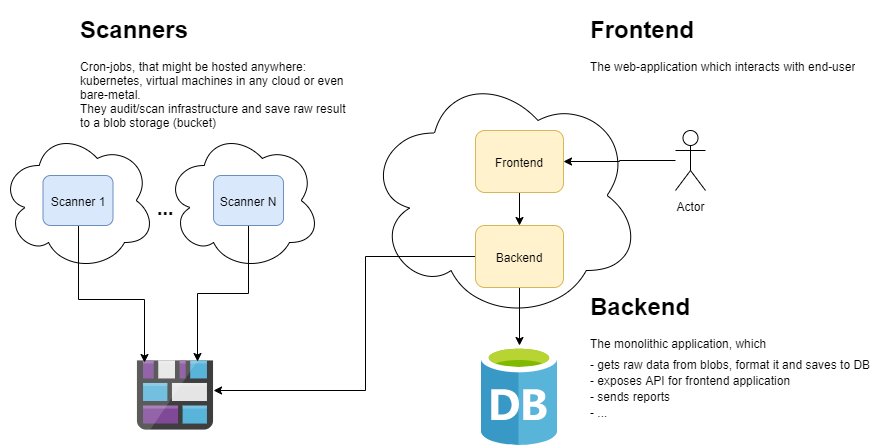
Above: docs/diagrams/kubegaard-white.png in deepnetworkgmbh/joseki (draw.io), before the change. Source tidied: cells renumbered, new cells last; positions are measured from the earlier drawing's top-left corner, leaving out a move shared by most shapes. Source of this version:
```xml
<mxGraphModel>
  <root>
    <mxCell id="0" />
    <mxCell id="1" parent="0" />
    <mxCell id="2" style="ellipse;shape=cloud;whiteSpace=wrap;html=1;" parent="1" vertex="1">
      <mxGeometry x="165" y="120" width="155" height="140" as="geometry" />
    </mxCell>
    <mxCell id="3" style="ellipse;shape=cloud;whiteSpace=wrap;html=1;" parent="1" vertex="1">
      <mxGeometry y="120" width="155" height="140" as="geometry" />
    </mxCell>
    <mxCell id="4" style="ellipse;shape=cloud;whiteSpace=wrap;html=1;" parent="1" vertex="1">
      <mxGeometry x="365" y="60" width="276" height="250" as="geometry" />
    </mxCell>
    <mxCell id="5" style="html=1;points=[];align=center;image;fontSize=12;image=img/lib/mscae/Database_General.svg;" parent="1" vertex="1">
      <mxGeometry x="481" y="335" width="76" height="100" as="geometry" />
    </mxCell>
    <mxCell id="6" style="html=1;points=[];align=center;image;fontSize=12;image=img/lib/mscae/Blog_Storage.svg;" parent="1" vertex="1">
      <mxGeometry x="136.9" y="350" width="76.1" height="70" as="geometry" />
    </mxCell>
    <mxCell id="7" style="edgeStyle=orthogonalEdgeStyle;rounded=0;jettySize=auto;html=1;exitX=0;exitY=0.5;exitDx=0;exitDy=0;" parent="1" edge="1" source="13" target="6">
      <mxGeometry relative="1" as="geometry">
        <Array as="points">
          <mxPoint x="365" y="246" />
          <mxPoint x="365" y="380" />
        </Array>
      </mxGeometry>
    </mxCell>
    <mxCell id="8" style="edgeStyle=orthogonalEdgeStyle;rounded=0;jettySize=auto;html=1;entryX=0.789;entryY=0.014;entryDx=0;entryDy=0;entryPerimeter=0;" parent="1" edge="1" source="9" target="6">
      <mxGeometry relative="1" as="geometry" />
    </mxCell>
    <mxCell id="9" value="Scanner N" style="rounded=1;whiteSpace=wrap;html=1;fillColor=#dae8fc;strokeColor=#6c8ebf;" parent="1" vertex="1">
      <mxGeometry x="213" y="165" width="70" height="50" as="geometry" />
    </mxCell>
    <mxCell id="10" style="edgeStyle=orthogonalEdgeStyle;rounded=0;jettySize=auto;html=1;entryX=0.093;entryY=0.029;entryDx=0;entryDy=0;entryPerimeter=0;" parent="1" edge="1" source="11" target="6">
      <mxGeometry relative="1" as="geometry">
        <Array as="points">
          <mxPoint x="78" y="289" />
          <mxPoint x="144" y="289" />
        </Array>
      </mxGeometry>
    </mxCell>
    <mxCell id="11" value="Scanner 1" style="rounded=1;whiteSpace=wrap;html=1;fillColor=#dae8fc;strokeColor=#6c8ebf;" parent="1" vertex="1">
      <mxGeometry x="42.5" y="165" width="70" height="50" as="geometry" />
    </mxCell>
    <mxCell id="12" style="edgeStyle=orthogonalEdgeStyle;rounded=0;jettySize=auto;html=1;" parent="1" edge="1" source="13" target="5">
      <mxGeometry relative="1" as="geometry" />
    </mxCell>
    <mxCell id="13" value="Backend" style="rounded=1;whiteSpace=wrap;html=1;fillColor=#fff2cc;strokeColor=#d6b656;" parent="1" vertex="1">
      <mxGeometry x="475" y="215" width="88" height="62" as="geometry" />
    </mxCell>
    <mxCell id="14" style="edgeStyle=orthogonalEdgeStyle;rounded=0;jettySize=auto;html=1;" parent="1" edge="1" source="15" target="13">
      <mxGeometry relative="1" as="geometry" />
    </mxCell>
    <mxCell id="15" value="Frontend" style="rounded=1;whiteSpace=wrap;html=1;fillColor=#fff2cc;strokeColor=#d6b656;" parent="1" vertex="1">
      <mxGeometry x="475" y="120" width="88" height="62" as="geometry" />
    </mxCell>
    <mxCell id="16" value="&lt;font style=&quot;font-size: 20px&quot;&gt;&lt;b&gt;...&lt;/b&gt;&lt;/font&gt;" style="text;html=1;strokeColor=none;fillColor=none;align=center;verticalAlign=middle;whiteSpace=wrap;rounded=0;" parent="1" vertex="1">
      <mxGeometry x="145" y="187" width="40" height="20" as="geometry" />
    </mxCell>
    <mxCell id="17" style="edgeStyle=orthogonalEdgeStyle;rounded=0;jettySize=auto;html=1;" parent="1" edge="1" source="18" target="15">
      <mxGeometry relative="1" as="geometry" />
    </mxCell>
    <mxCell id="18" value="Actor" style="shape=umlActor;verticalLabelPosition=bottom;labelBackgroundColor=#ffffff;verticalAlign=top;html=1;outlineConnect=0;" parent="1" vertex="1">
      <mxGeometry x="675" y="120" width="30" height="60" as="geometry" />
    </mxCell>
    <mxCell id="19" value="&lt;h1&gt;Scanners&lt;/h1&gt;&lt;div&gt;Cron-jobs, that might be hosted anywhere: kubernetes, virtual machines in any cloud or even bare-metal.&lt;/div&gt;&lt;div&gt;They audit/scan infrastructure and save raw result to a blob storage (bucket)&lt;/div&gt;" style="text;html=1;strokeColor=none;fillColor=none;spacing=5;spacingTop=-20;whiteSpace=wrap;overflow=hidden;rounded=0;" parent="1" vertex="1">
      <mxGeometry x="75" width="280" height="120" as="geometry" />
    </mxCell>
    <mxCell id="20" value="&lt;p style=&quot;line-height: 100%&quot;&gt;&lt;/p&gt;&lt;h1&gt;Backend&lt;/h1&gt;&lt;p&gt;The monolithic application, which&lt;/p&gt;&lt;p style=&quot;line-height: 40%&quot;&gt;- gets raw data from blobs, format it and saves to DB&lt;/p&gt;&lt;p style=&quot;line-height: 40%&quot;&gt;- exposes API for frontend application&lt;/p&gt;&lt;p style=&quot;line-height: 40%&quot;&gt;- sends reports&lt;/p&gt;&lt;p style=&quot;line-height: 40%&quot;&gt;- ...&lt;/p&gt;&lt;p&gt;&lt;/p&gt;" style="text;html=1;strokeColor=none;fillColor=none;spacing=5;spacingTop=-20;whiteSpace=wrap;overflow=hidden;rounded=0;" parent="1" vertex="1">
      <mxGeometry x="585" y="277" width="300" height="143" as="geometry" />
    </mxCell>
    <mxCell id="21" value="&lt;p style=&quot;line-height: 40%&quot;&gt;&lt;/p&gt;&lt;h1&gt;Frontend&lt;/h1&gt;&lt;p&gt;The web-application which interacts with end-user&lt;/p&gt;&lt;p&gt;&lt;/p&gt;" style="text;html=1;strokeColor=none;fillColor=none;spacing=5;spacingTop=-20;whiteSpace=wrap;overflow=hidden;rounded=0;" parent="1" vertex="1">
      <mxGeometry x="585" width="300" height="83" as="geometry" />
    </mxCell>
  </root>
</mxGraphModel>
```
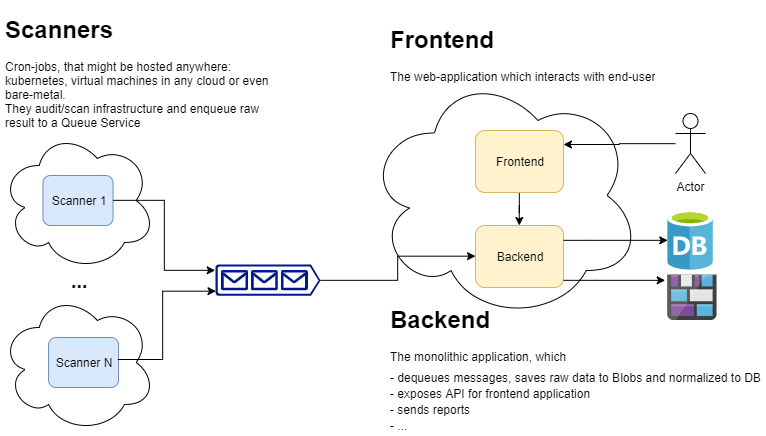
The same diagram one commit later.

The edit, as a diff of the source:
```diff
@@ -2,75 +2,106 @@
   <root>
     <mxCell id="0" />
     <mxCell id="1" parent="0" />
-    <mxCell id="2" style="ellipse;shape=cloud;whiteSpace=wrap;html=1;" parent="1" vertex="1">
-      <mxGeometry x="165" y="120" width="155" height="140" as="geometry" />
-    </mxCell>
-    <mxCell id="3" style="ellipse;shape=cloud;whiteSpace=wrap;html=1;" parent="1" vertex="1">
-      <mxGeometry y="120" width="155" height="140" as="geometry" />
-    </mxCell>
-    <mxCell id="4" style="ellipse;shape=cloud;whiteSpace=wrap;html=1;" parent="1" vertex="1">
-      <mxGeometry x="365" y="60" width="276" height="250" as="geometry" />
-    </mxCell>
-    <mxCell id="5" style="html=1;points=[];align=center;image;fontSize=12;image=img/lib/mscae/Database_General.svg;" parent="1" vertex="1">
-      <mxGeometry x="481" y="335" width="76" height="100" as="geometry" />
-    </mxCell>
-    <mxCell id="6" style="html=1;points=[];align=center;image;fontSize=12;image=img/lib/mscae/Blog_Storage.svg;" parent="1" vertex="1">
-      <mxGeometry x="136.9" y="350" width="76.1" height="70" as="geometry" />
-    </mxCell>
-    <mxCell id="7" style="edgeStyle=orthogonalEdgeStyle;rounded=0;jettySize=auto;html=1;exitX=0;exitY=0.5;exitDx=0;exitDy=0;" parent="1" edge="1" source="13" target="6">
-      <mxGeometry relative="1" as="geometry">
-        <Array as="points">
-          <mxPoint x="365" y="246" />
-          <mxPoint x="365" y="380" />
-        </Array>
-      </mxGeometry>
-    </mxCell>
-    <mxCell id="8" style="edgeStyle=orthogonalEdgeStyle;rounded=0;jettySize=auto;html=1;entryX=0.789;entryY=0.014;entryDx=0;entryDy=0;entryPerimeter=0;" parent="1" edge="1" source="9" target="6">
-      <mxGeometry relative="1" as="geometry" />
-    </mxCell>
+    <mxCell id="22" style="html=1;points=[];align=center;image;fontSize=12;image=img/lib/mscae/Database_General.svg;" parent="1" vertex="1">
+      <mxGeometry x="667.2" y="200" width="45.6" height="60" as="geometry" />
+    </mxCell>
+    <mxCell id="23" style="html=1;align=center;image;fontSize=12;image=img/lib/mscae/Blog_Storage.svg;" parent="1" vertex="1">
+      <mxGeometry x="667.2" y="264.6" width="49.4" height="45.4" as="geometry" />
+    </mxCell>
+    <mxCell id="16" value="&lt;font style=&quot;font-size: 20px&quot;&gt;&lt;b&gt;...&lt;/b&gt;&lt;/font&gt;" style="text;html=1;strokeColor=none;fillColor=none;align=center;verticalAlign=middle;whiteSpace=wrap;rounded=0;" parent="1" vertex="1">
+      <mxGeometry x="57.5" y="259.6" width="40" height="20" as="geometry" />
+    </mxCell>
+    <mxCell id="18" value="Actor" style="shape=umlActor;verticalLabelPosition=bottom;labelBackgroundColor=#ffffff;verticalAlign=top;html=1;outlineConnect=0;" parent="1" vertex="1">
+      <mxGeometry x="675" y="103" width="30" height="60" as="geometry" />
+    </mxCell>
+    <mxCell id="24" value="&lt;h1&gt;Scanners&lt;/h1&gt;&lt;div&gt;Cron-jobs, that might be hosted anywhere: kubernetes, virtual machines in any cloud or even bare-metal.&lt;/div&gt;&lt;div&gt;They audit/scan infrastructure and enqueue raw result to a Queue Service&lt;/div&gt;" style="text;html=1;strokeColor=none;fillColor=none;spacing=5;spacingTop=-20;whiteSpace=wrap;overflow=hidden;rounded=0;" parent="1" vertex="1">
+      <mxGeometry width="280" height="120" as="geometry" />
+    </mxCell>
+    <mxCell id="25" value="&lt;p style=&quot;line-height: 100%&quot;&gt;&lt;/p&gt;&lt;h1&gt;Backend&lt;/h1&gt;&lt;p&gt;The monolithic application, which&lt;/p&gt;&lt;p style=&quot;line-height: 40%&quot;&gt;- dequeues messages, saves raw data to Blobs and normalized to DB&lt;/p&gt;&lt;p style=&quot;line-height: 40%&quot;&gt;- exposes API for frontend application&lt;/p&gt;&lt;p style=&quot;line-height: 40%&quot;&gt;- sends reports&lt;/p&gt;&lt;p style=&quot;line-height: 40%&quot;&gt;- ...&lt;/p&gt;&lt;p&gt;&lt;/p&gt;" style="text;html=1;strokeColor=none;fillColor=none;spacing=5;spacingTop=-20;whiteSpace=wrap;overflow=hidden;rounded=0;" parent="1" vertex="1">
+      <mxGeometry x="385" y="290" width="380" height="135.4" as="geometry" />
+    </mxCell>
+    <mxCell id="21" value="&lt;p style=&quot;line-height: 40%&quot;&gt;&lt;/p&gt;&lt;h1&gt;Frontend&lt;/h1&gt;&lt;p&gt;The web-application which interacts with end-user&lt;/p&gt;&lt;p&gt;&lt;/p&gt;" style="text;html=1;strokeColor=none;fillColor=none;spacing=5;spacingTop=-20;whiteSpace=wrap;overflow=hidden;rounded=0;" parent="1" vertex="1">
+      <mxGeometry x="385" y="10" width="300" height="83" as="geometry" />
+    </mxCell>
+    <mxCell id="26" style="group;" parent="1" vertex="1">
+      <mxGeometry y="282" width="155" height="140" as="geometry" />
+    </mxCell>
+    <mxCell id="27" style="ellipse;shape=cloud;whiteSpace=wrap;html=1;" parent="26" vertex="1">
+      <mxGeometry width="155" height="140" as="geometry" />
+    </mxCell>
-    <mxCell id="9" value="Scanner N" style="rounded=1;whiteSpace=wrap;html=1;fillColor=#dae8fc;strokeColor=#6c8ebf;" parent="1" vertex="1">
-      <mxGeometry x="213" y="165" width="70" height="50" as="geometry" />
+    <mxCell id="9" value="Scanner N" style="rounded=1;whiteSpace=wrap;html=1;fillColor=#dae8fc;strokeColor=#6c8ebf;" parent="26" vertex="1">
+      <mxGeometry x="48" y="45" width="70" height="50" as="geometry" />
     </mxCell>
-    <mxCell id="10" style="edgeStyle=orthogonalEdgeStyle;rounded=0;jettySize=auto;html=1;entryX=0.093;entryY=0.029;entryDx=0;entryDy=0;entryPerimeter=0;" parent="1" edge="1" source="11" target="6">
-      <mxGeometry relative="1" as="geometry">
-        <Array as="points">
-          <mxPoint x="78" y="289" />
-          <mxPoint x="144" y="289" />
-        </Array>
-      </mxGeometry>
-    </mxCell>
+    <mxCell id="28" style="group;" parent="1" vertex="1">
+      <mxGeometry y="120" width="155" height="140" as="geometry" />
+    </mxCell>
+    <mxCell id="29" style="ellipse;shape=cloud;whiteSpace=wrap;html=1;" parent="28" vertex="1">
+      <mxGeometry width="155" height="140" as="geometry" />
+    </mxCell>
-    <mxCell id="11" value="Scanner 1" style="rounded=1;whiteSpace=wrap;html=1;fillColor=#dae8fc;strokeColor=#6c8ebf;" parent="1" vertex="1">
-      <mxGeometry x="42.5" y="165" width="70" height="50" as="geometry" />
+    <mxCell id="11" value="Scanner 1" style="rounded=1;whiteSpace=wrap;html=1;fillColor=#dae8fc;strokeColor=#6c8ebf;" parent="28" vertex="1">
+      <mxGeometry x="42.5" y="45" width="70" height="50" as="geometry" />
     </mxCell>
-    <mxCell id="12" style="edgeStyle=orthogonalEdgeStyle;rounded=0;jettySize=auto;html=1;" parent="1" edge="1" source="13" target="5">
-      <mxGeometry relative="1" as="geometry" />
-    </mxCell>
+    <mxCell id="30" style="group;" parent="1" vertex="1">
+      <mxGeometry x="365" y="60" width="276" height="250" as="geometry" />
+    </mxCell>
+    <mxCell id="31" style="ellipse;shape=cloud;whiteSpace=wrap;html=1;" parent="30" vertex="1">
+      <mxGeometry width="276" height="250" as="geometry" />
+    </mxCell>
-    <mxCell id="13" value="Backend" style="rounded=1;whiteSpace=wrap;html=1;fillColor=#fff2cc;strokeColor=#d6b656;" parent="1" vertex="1">
-      <mxGeometry x="475" y="215" width="88" height="62" as="geometry" />
+    <mxCell id="13" value="Backend" style="rounded=1;whiteSpace=wrap;html=1;fillColor=#fff2cc;strokeColor=#d6b656;" parent="30" vertex="1">
+      <mxGeometry x="110" y="155" width="88" height="62" as="geometry" />
     </mxCell>
-    <mxCell id="14" style="edgeStyle=orthogonalEdgeStyle;rounded=0;jettySize=auto;html=1;" parent="1" edge="1" source="15" target="13">
+    <mxCell id="14" style="edgeStyle=orthogonalEdgeStyle;rounded=0;jettySize=auto;html=1;" parent="30" edge="1" source="15" target="13">
       <mxGeometry relative="1" as="geometry" />
     </mxCell>
-    <mxCell id="15" value="Frontend" style="rounded=1;whiteSpace=wrap;html=1;fillColor=#fff2cc;strokeColor=#d6b656;" parent="1" vertex="1">
-      <mxGeometry x="475" y="120" width="88" height="62" as="geometry" />
+    <mxCell id="15" value="Frontend" style="rounded=1;whiteSpace=wrap;html=1;fillColor=#fff2cc;strokeColor=#d6b656;" parent="30" vertex="1">
+      <mxGeometry x="110" y="60" width="88" height="62" as="geometry" />
     </mxCell>
-    <mxCell id="16" value="&lt;font style=&quot;font-size: 20px&quot;&gt;&lt;b&gt;...&lt;/b&gt;&lt;/font&gt;" style="text;html=1;strokeColor=none;fillColor=none;align=center;verticalAlign=middle;whiteSpace=wrap;rounded=0;" parent="1" vertex="1">
-      <mxGeometry x="145" y="187" width="40" height="20" as="geometry" />
-    </mxCell>
-    <mxCell id="17" style="edgeStyle=orthogonalEdgeStyle;rounded=0;jettySize=auto;html=1;" parent="1" edge="1" source="18" target="15">
-      <mxGeometry relative="1" as="geometry" />
-    </mxCell>
-    <mxCell id="18" value="Actor" style="shape=umlActor;verticalLabelPosition=bottom;labelBackgroundColor=#ffffff;verticalAlign=top;html=1;outlineConnect=0;" parent="1" vertex="1">
-      <mxGeometry x="675" y="120" width="30" height="60" as="geometry" />
-    </mxCell>
-    <mxCell id="19" value="&lt;h1&gt;Scanners&lt;/h1&gt;&lt;div&gt;Cron-jobs, that might be hosted anywhere: kubernetes, virtual machines in any cloud or even bare-metal.&lt;/div&gt;&lt;div&gt;They audit/scan infrastructure and save raw result to a blob storage (bucket)&lt;/div&gt;" style="text;html=1;strokeColor=none;fillColor=none;spacing=5;spacingTop=-20;whiteSpace=wrap;overflow=hidden;rounded=0;" parent="1" vertex="1">
-      <mxGeometry x="75" width="280" height="120" as="geometry" />
-    </mxCell>
-    <mxCell id="20" value="&lt;p style=&quot;line-height: 100%&quot;&gt;&lt;/p&gt;&lt;h1&gt;Backend&lt;/h1&gt;&lt;p&gt;The monolithic application, which&lt;/p&gt;&lt;p style=&quot;line-height: 40%&quot;&gt;- gets raw data from blobs, format it and saves to DB&lt;/p&gt;&lt;p style=&quot;line-height: 40%&quot;&gt;- exposes API for frontend application&lt;/p&gt;&lt;p style=&quot;line-height: 40%&quot;&gt;- sends reports&lt;/p&gt;&lt;p style=&quot;line-height: 40%&quot;&gt;- ...&lt;/p&gt;&lt;p&gt;&lt;/p&gt;" style="text;html=1;strokeColor=none;fillColor=none;spacing=5;spacingTop=-20;whiteSpace=wrap;overflow=hidden;rounded=0;" parent="1" vertex="1">
-      <mxGeometry x="585" y="277" width="300" height="143" as="geometry" />
-    </mxCell>
-    <mxCell id="21" value="&lt;p style=&quot;line-height: 40%&quot;&gt;&lt;/p&gt;&lt;h1&gt;Frontend&lt;/h1&gt;&lt;p&gt;The web-application which interacts with end-user&lt;/p&gt;&lt;p&gt;&lt;/p&gt;" style="text;html=1;strokeColor=none;fillColor=none;spacing=5;spacingTop=-20;whiteSpace=wrap;overflow=hidden;rounded=0;" parent="1" vertex="1">
-      <mxGeometry x="585" width="300" height="83" as="geometry" />
-    </mxCell>
+    <mxCell id="32" style="edgeStyle=orthogonalEdgeStyle;rounded=0;jettySize=auto;html=1;" parent="1" edge="1" source="18">
+      <mxGeometry relative="1" as="geometry">
+        <mxPoint x="563" y="134" as="targetPoint" />
+      </mxGeometry>
+    </mxCell>
+    <mxCell id="33" style="edgeStyle=orthogonalEdgeStyle;rounded=0;jettySize=auto;html=1;" parent="1" edge="1" source="13" target="22">
+      <mxGeometry relative="1" as="geometry">
+        <Array as="points">
+          <mxPoint x="585" y="230" />
+          <mxPoint x="585" y="230" />
+        </Array>
+      </mxGeometry>
+    </mxCell>
+    <mxCell id="34" style="edgeStyle=orthogonalEdgeStyle;rounded=0;jettySize=auto;html=1;" parent="1" edge="1" source="13">
+      <mxGeometry relative="1" as="geometry">
+        <mxPoint x="665" y="270" as="targetPoint" />
+        <Array as="points">
+          <mxPoint x="595" y="270" />
+          <mxPoint x="595" y="270" />
+        </Array>
+      </mxGeometry>
+    </mxCell>
+    <mxCell id="35" style="edgeStyle=orthogonalEdgeStyle;rounded=0;jettySize=auto;html=1;" parent="1" edge="1" source="36" target="13">
+      <mxGeometry relative="1" as="geometry" />
+    </mxCell>
+    <mxCell id="36" style="shadow=0;dashed=0;html=1;strokeColor=none;labelPosition=center;verticalLabelPosition=bottom;verticalAlign=top;align=center;fillColor=#00188D;shape=mxgraph.azure.queue_generic;" parent="1" vertex="1">
+      <mxGeometry x="215" y="253.9" width="105" height="31.5" as="geometry" />
+    </mxCell>
+    <mxCell id="37" style="edgeStyle=orthogonalEdgeStyle;rounded=0;jettySize=auto;html=1;entryX=0.005;entryY=0.97;entryDx=0;entryDy=0;entryPerimeter=0;exitX=0.982;exitY=0.444;exitDx=0;exitDy=0;exitPerimeter=0;" parent="1" edge="1" source="9">
+      <mxGeometry relative="1" as="geometry">
+        <mxPoint x="215.7" y="280.3" as="targetPoint" />
+        <Array as="points">
+          <mxPoint x="162" y="349" />
+          <mxPoint x="162" y="280" />
+        </Array>
+      </mxGeometry>
+    </mxCell>
+    <mxCell id="38" style="edgeStyle=orthogonalEdgeStyle;rounded=0;jettySize=auto;html=1;" parent="1" edge="1" source="11">
+      <mxGeometry relative="1" as="geometry">
+        <mxPoint x="215" y="260" as="targetPoint" />
+        <Array as="points">
+          <mxPoint x="164" y="190" />
+          <mxPoint x="164" y="260" />
+          <mxPoint x="215" y="260" />
+        </Array>
+      </mxGeometry>
+    </mxCell>
   </root>
 </mxGraphModel>
```
